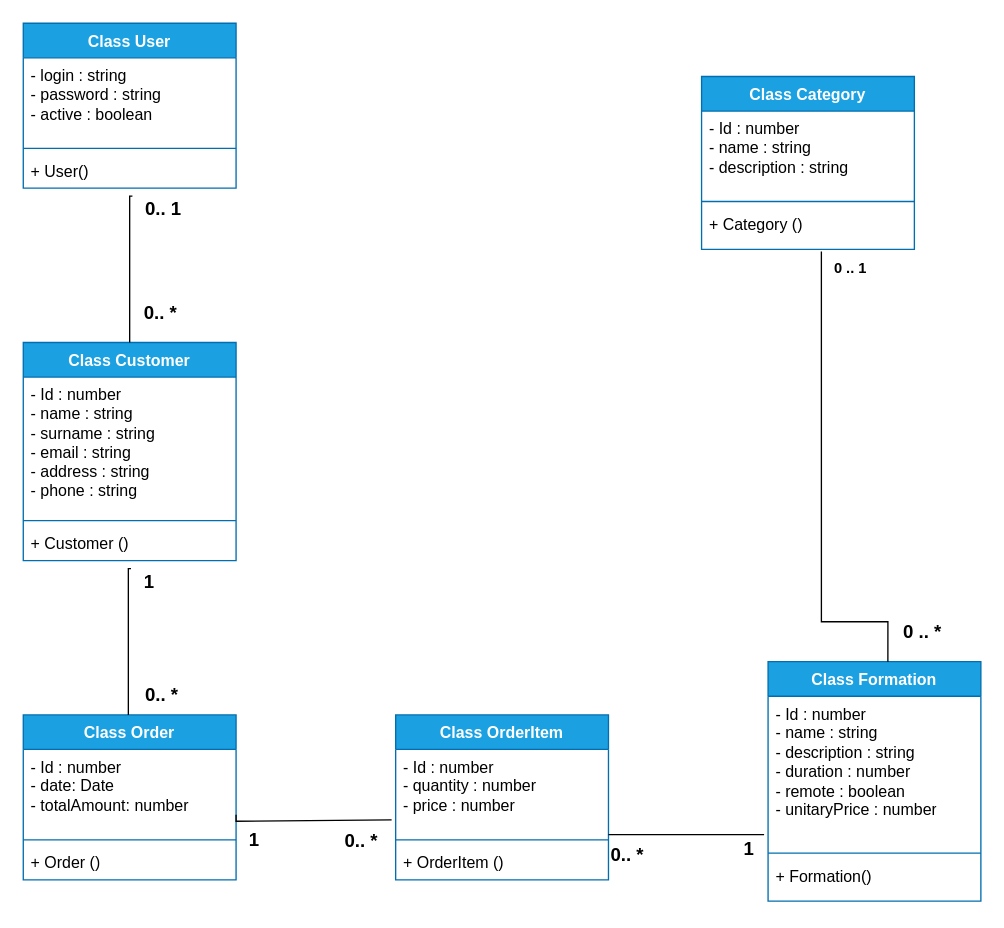
Arthur40480/Evaluation1 keeps this draw.io diagram as diagrammes/Diagramme_de_classe.drawio. Above is the earlier version. Source tidied: cells renumbered, new cells numbered last; positions are measured from the earlier drawing's top-left corner, leaving out a move shared by most shapes. Both pictures are drawn from the tidied source at 133%, with x=0, y=0 at pixel (23, 23).
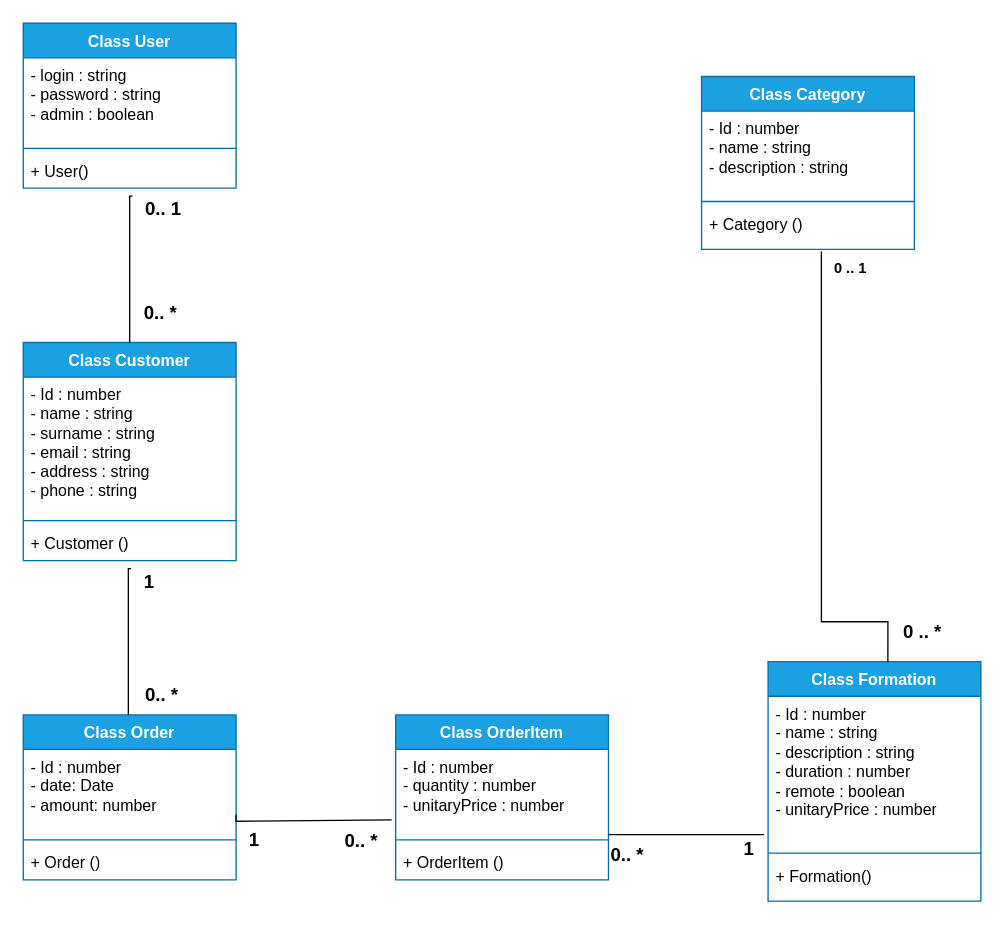
After the change.

Commit message (it also covers changes not shown here):
Modification du diagramme de classe

The change refers to these unchanged cells:
```xml
<mxCell id="2" value="Class User" style="swimlane;fontStyle=1;align=center;verticalAlign=top;horizontal=1;startSize=26;whiteSpace=wrap;html=1;fillColor=#1ba1e2;strokeColor=#006EAF;fontColor=#ffffff;" parent="1" vertex="1">
  <mxGeometry width="160" height="124" as="geometry" />
</mxCell>
<mxCell id="13" value="Class Order" style="swimlane;fontStyle=1;align=center;verticalAlign=top;horizontal=1;startSize=26;whiteSpace=wrap;html=1;fillColor=#1ba1e2;fontColor=#ffffff;strokeColor=#006EAF;" parent="1" vertex="1">
  <mxGeometry y="520" width="160" height="124" as="geometry" />
</mxCell>
<mxCell id="34" value="Class OrderItem" style="swimlane;fontStyle=1;align=center;verticalAlign=top;horizontal=1;startSize=26;whiteSpace=wrap;html=1;fillColor=#1ba1e2;fontColor=#ffffff;strokeColor=#006EAF;" parent="1" vertex="1">
  <mxGeometry x="280" y="520" width="160" height="124" as="geometry" />
</mxCell>
```

The edit, as a diff of the source:
```diff
@@
-    <mxCell id="3" value="&lt;div&gt;- login : string&lt;/div&gt;&lt;div&gt;- password : string&lt;/div&gt;&lt;div&gt;- active : boolean&lt;/div&gt;&lt;div&gt;&lt;br&gt;&lt;/div&gt;" style="text;strokeColor=none;fillColor=none;align=left;verticalAlign=top;spacingLeft=4;spacingRight=4;overflow=hidden;whiteSpace=wrap;html=1;" parent="2" vertex="1">
+    <mxCell id="3" value="&lt;div&gt;- login : string&lt;/div&gt;&lt;div&gt;- password : string&lt;/div&gt;&lt;div&gt;- admin : boolean&lt;/div&gt;&lt;div&gt;&lt;br&gt;&lt;/div&gt;" style="text;strokeColor=none;fillColor=none;align=left;verticalAlign=top;spacingLeft=4;spacingRight=4;overflow=hidden;whiteSpace=wrap;html=1;" parent="2" vertex="1">
       <mxGeometry y="26" width="160" height="64" as="geometry" />
     </mxCell>
@@
-    <mxCell id="14" value="&lt;div&gt;- Id : number&lt;/div&gt;&lt;div&gt;- date: Date&lt;/div&gt;&lt;div&gt;- totalAmount: number&lt;/div&gt;&lt;div&gt;&lt;br&gt;&lt;/div&gt;&lt;div&gt;&lt;br&gt;&lt;/div&gt;&lt;div&gt;&lt;br&gt;&lt;/div&gt;" style="text;strokeColor=none;fillColor=none;align=left;verticalAlign=top;spacingLeft=4;spacingRight=4;overflow=hidden;points=[[0,0.5],[1,0.5]];portConstraint=eastwest;whiteSpace=wrap;html=1;" parent="13" vertex="1">
+    <mxCell id="14" value="&lt;div&gt;- Id : number&lt;/div&gt;&lt;div&gt;- date: Date&lt;/div&gt;&lt;div&gt;- amount: number&lt;/div&gt;&lt;div&gt;&lt;br&gt;&lt;/div&gt;&lt;div&gt;&lt;br&gt;&lt;/div&gt;&lt;div&gt;&lt;br&gt;&lt;/div&gt;" style="text;strokeColor=none;fillColor=none;align=left;verticalAlign=top;spacingLeft=4;spacingRight=4;overflow=hidden;points=[[0,0.5],[1,0.5]];portConstraint=eastwest;whiteSpace=wrap;html=1;" parent="13" vertex="1">
       <mxGeometry y="26" width="160" height="64" as="geometry" />
     </mxCell>
@@
-    <mxCell id="35" value="&lt;div&gt;- Id : number&lt;/div&gt;&lt;div&gt;- quantity : number&lt;br&gt;&lt;/div&gt;&lt;div&gt;- price : number&lt;/div&gt;&lt;div&gt;&lt;br&gt;&lt;/div&gt;&lt;div&gt;&lt;br&gt;&lt;/div&gt;&lt;div&gt;&lt;br&gt;&lt;/div&gt;" style="text;strokeColor=none;fillColor=none;align=left;verticalAlign=top;spacingLeft=4;spacingRight=4;overflow=hidden;points=[[0,0.5],[1,0.5]];portConstraint=eastwest;whiteSpace=wrap;html=1;" parent="34" vertex="1">
+    <mxCell id="35" value="&lt;div&gt;- Id : number&lt;/div&gt;&lt;div&gt;- quantity : number&lt;br&gt;&lt;/div&gt;&lt;div&gt;- unitaryPrice : number&lt;/div&gt;&lt;div&gt;&lt;br&gt;&lt;/div&gt;&lt;div&gt;&lt;br&gt;&lt;/div&gt;&lt;div&gt;&lt;br&gt;&lt;/div&gt;" style="text;strokeColor=none;fillColor=none;align=left;verticalAlign=top;spacingLeft=4;spacingRight=4;overflow=hidden;points=[[0,0.5],[1,0.5]];portConstraint=eastwest;whiteSpace=wrap;html=1;" parent="34" vertex="1">
       <mxGeometry y="26" width="160" height="64" as="geometry" />
     </mxCell>
```
